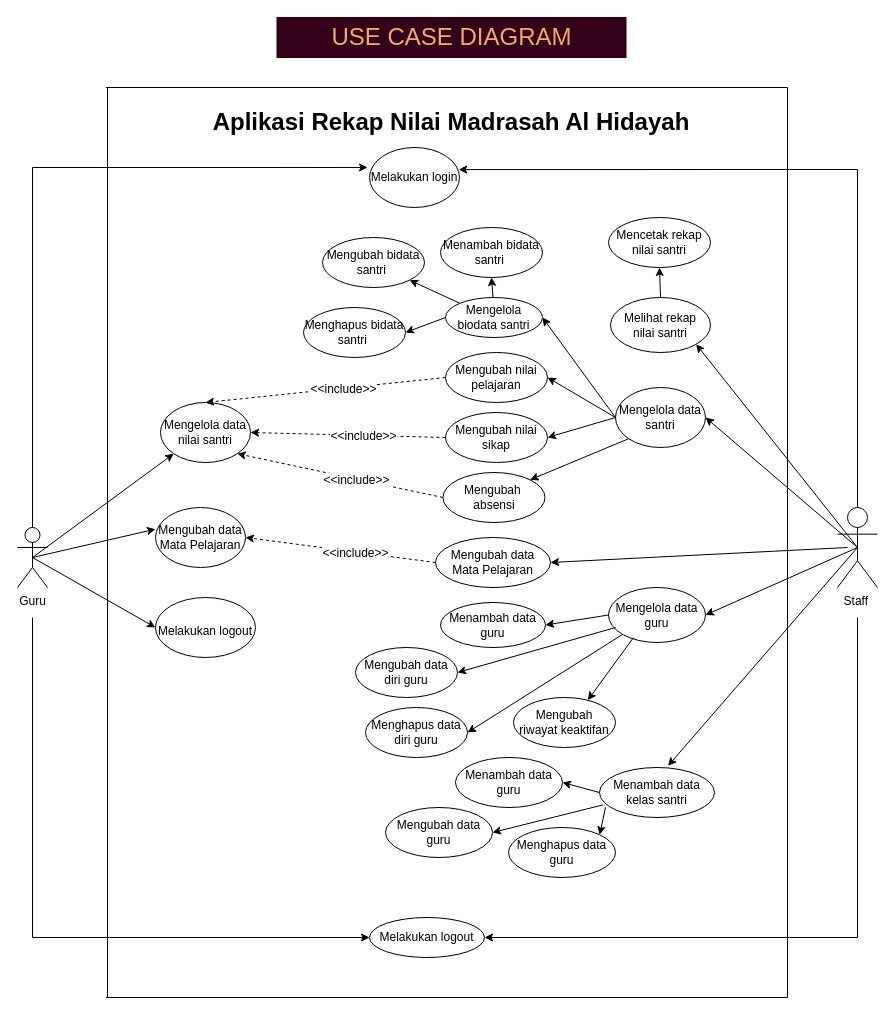
Earlier version of the draw.io diagram page "UCD" (2 of 29) of draw.io/Proyek-3.drawio (Tugas-Proyek-Polindra/proyek-3). Source tidied: cells renumbered, new cells numbered last; positions are measured from the earlier drawing's top-left corner, leaving out a move shared by most shapes. Both pictures are drawn from the tidied source at 100%, with x=0, y=0 at pixel (17, 17).
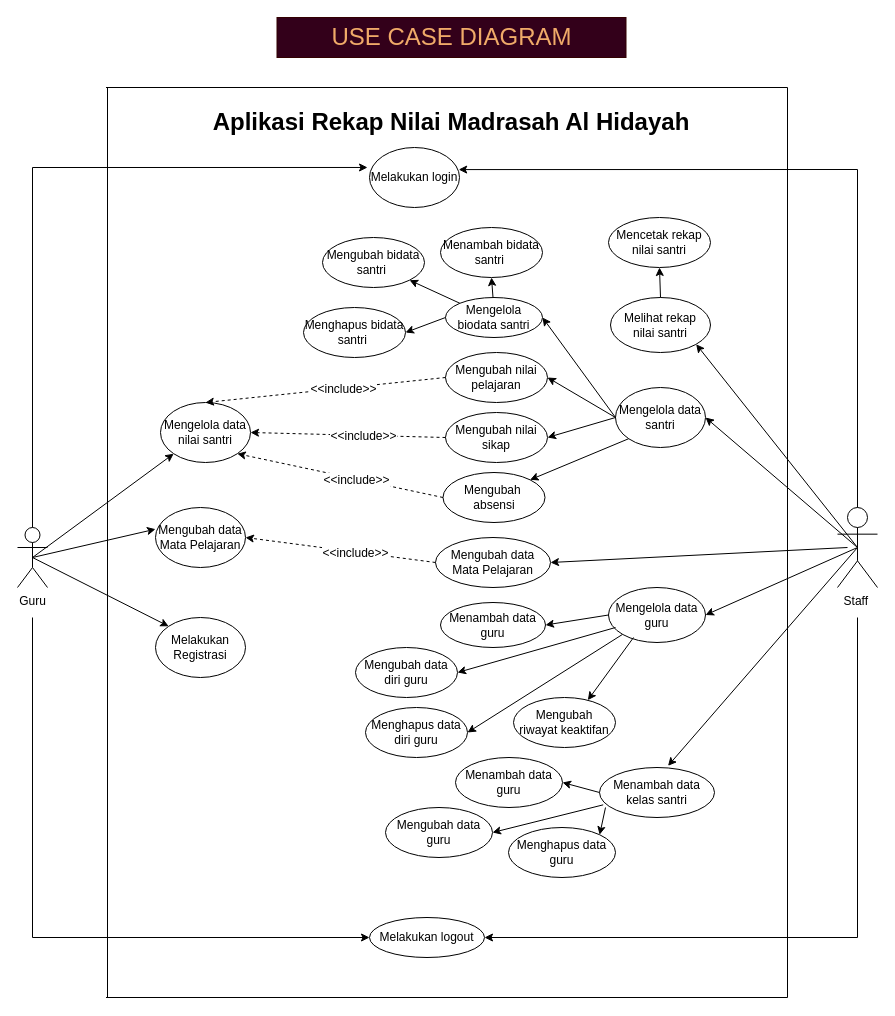
The same page after the edit.

Commit message:
tambah registrasi

The change refers to these unchanged cells:
```xml
<mxCell id="6" value="Guru" style="shape=umlActor;verticalLabelPosition=bottom;verticalAlign=top;html=1;outlineConnect=0;" parent="1" vertex="1">
  <mxGeometry y="510" width="30" height="60" as="geometry" />
</mxCell>
```

The edit, as a diff of the source:
```diff
@@
-    <mxCell id="33" style="endArrow=classic;html=1;rounded=0;fontSize=12;exitX=0.5;exitY=0.5;exitDx=0;exitDy=0;exitPerimeter=0;entryX=0;entryY=0.5;entryDx=0;entryDy=0;" parent="1" edge="1" source="6" target="34">
+    <mxCell id="33" style="endArrow=classic;html=1;rounded=0;fontSize=12;exitX=0.5;exitY=0.5;exitDx=0;exitDy=0;exitPerimeter=0;entryX=0;entryY=0;entryDx=0;entryDy=0;" parent="1" edge="1" source="6" target="70">
       <mxGeometry relative="1" as="geometry" />
     </mxCell>
-    <mxCell id="34" value="&lt;font style=&quot;font-size: 12px&quot;&gt;Melakukan logout&lt;/font&gt;" style="ellipse;whiteSpace=wrap;html=1;fontSize=24;" parent="1" vertex="1">
-      <mxGeometry x="138" y="580" width="100" height="60" as="geometry" />
-    </mxCell>
@@
+    <mxCell id="70" value="Melakukan Registrasi" style="ellipse;whiteSpace=wrap;html=1;" parent="1" vertex="1">
+      <mxGeometry x="138" y="600" width="90" height="60" as="geometry" />
+    </mxCell>
```
